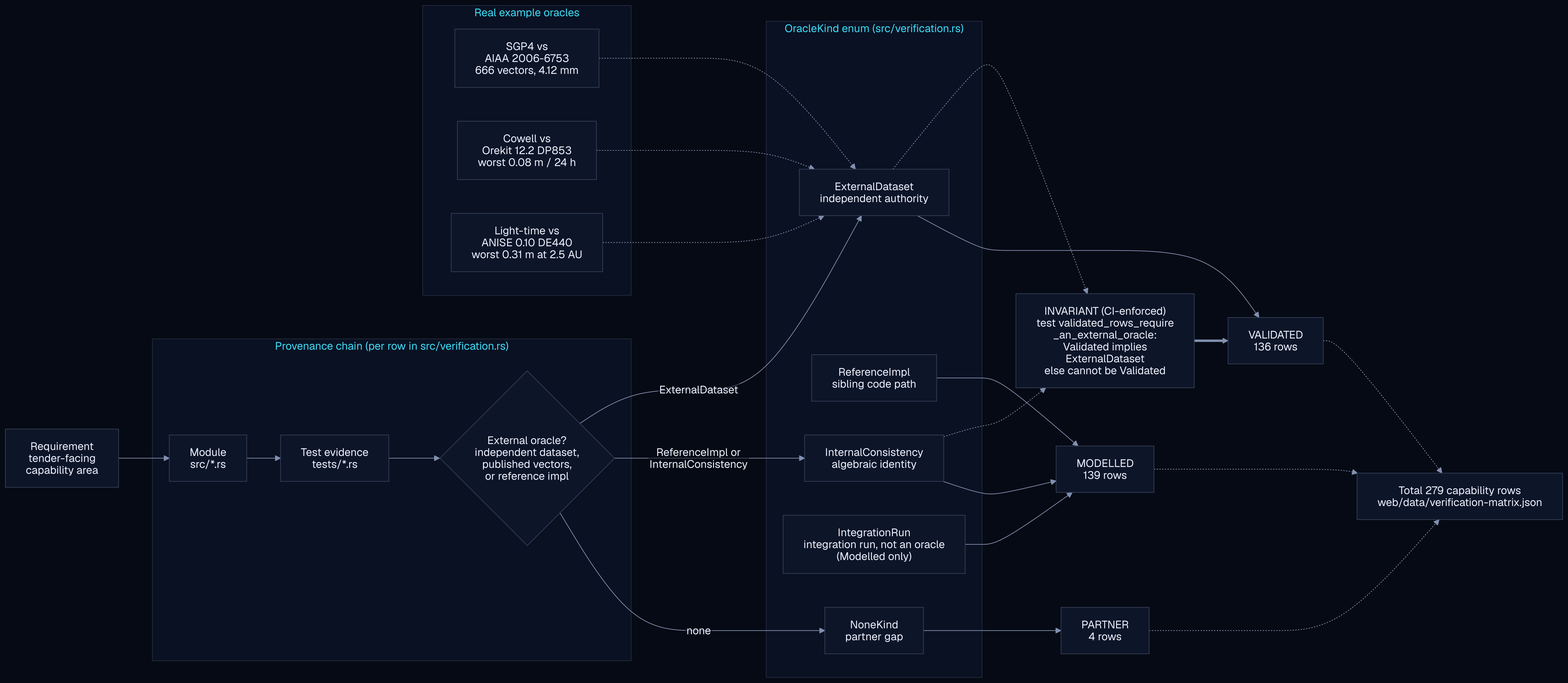
The Mermaid diagram docs/assets/diagrams/validation-provenance.png in ashfordeOU/kshana, before a commit. Its source is kept beside it as docs/diagrams/validation-provenance.mmd.
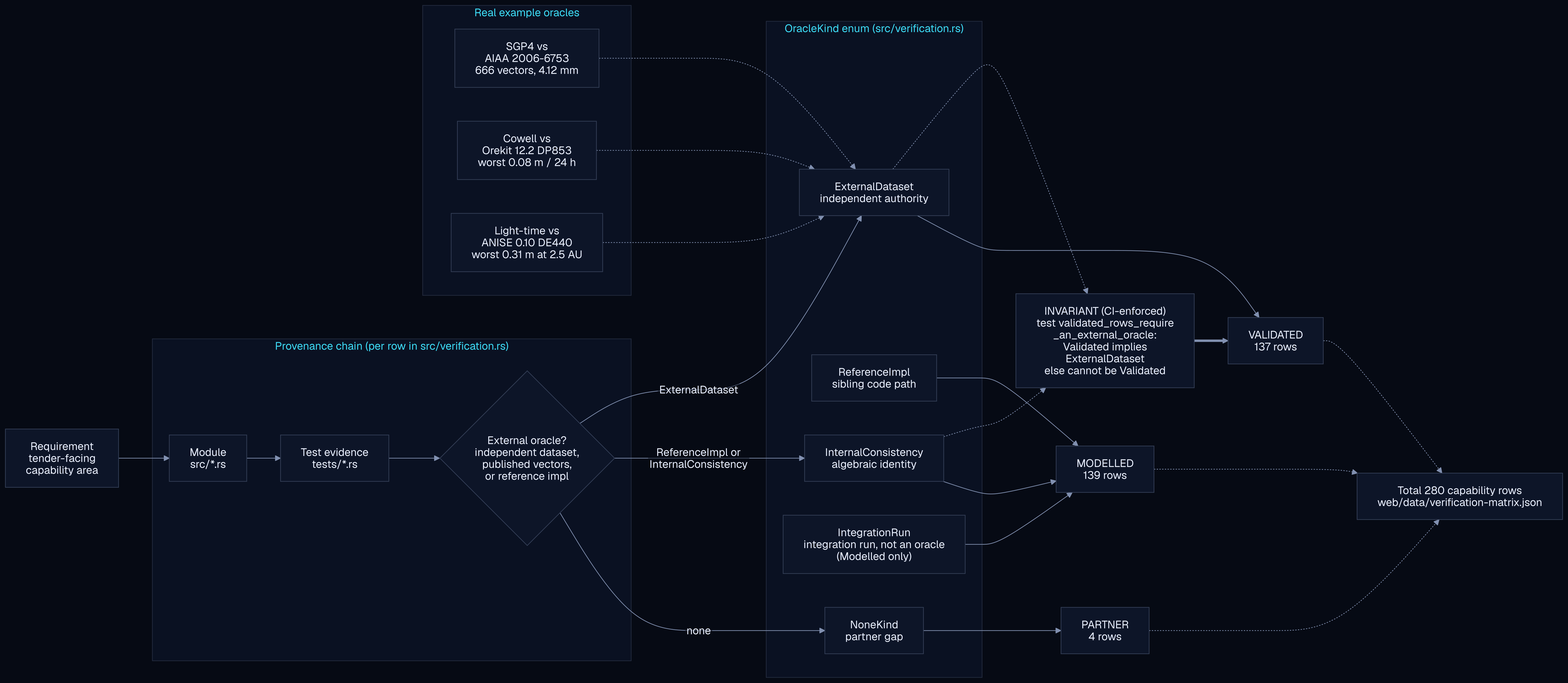
After the change.

What changed in the source:
```diff
@@ -27,7 +27,7 @@
     EXT -.-> GUARD
     INT -.-> GUARD
 
-    EXT --> VAL["VALIDATED<br/>136 rows"]
+    EXT --> VAL["VALIDATED<br/>137 rows"]
     REF --> MDL["MODELLED<br/>139 rows"]
     INT --> MDL
     IRN --> MDL
@@ -45,7 +45,7 @@
     E2 -.-> EXT
     E3 -.-> EXT
 
-    TOTAL["Total 279 capability rows<br/>web/data/verification-matrix.json"]
+    TOTAL["Total 280 capability rows<br/>web/data/verification-matrix.json"]
     VAL -.-> TOTAL
     MDL -.-> TOTAL
     PRT -.-> TOTAL
```
